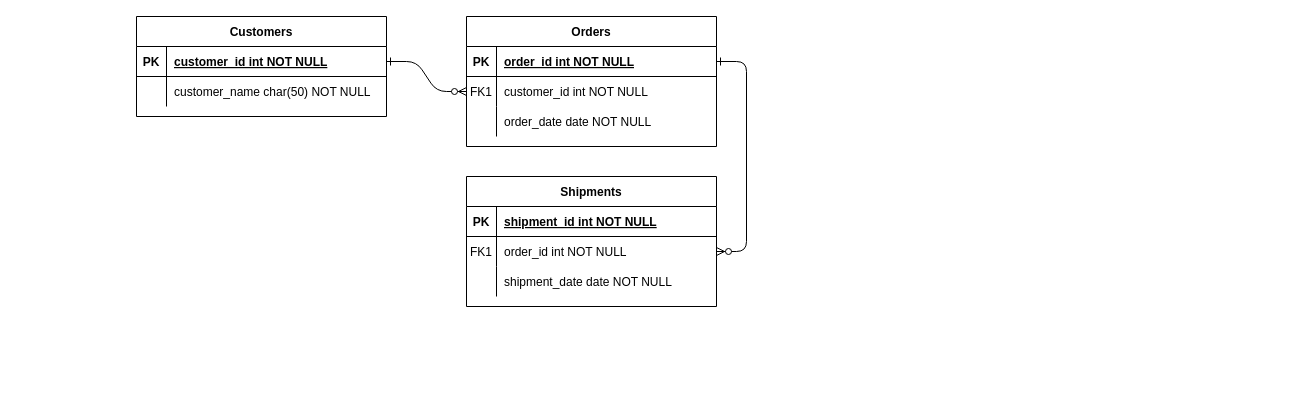
Before: lab_7.drawio in seanjedi/comp-163-database-design-class, a draw.io diagram. Source tidied: cells renumbered, new cells numbered last; positions are measured from the earlier drawing's top-left corner, leaving out a move shared by most shapes. Both pictures are drawn from the tidied source at 100%, with x=0, y=0 at pixel (136, 16).
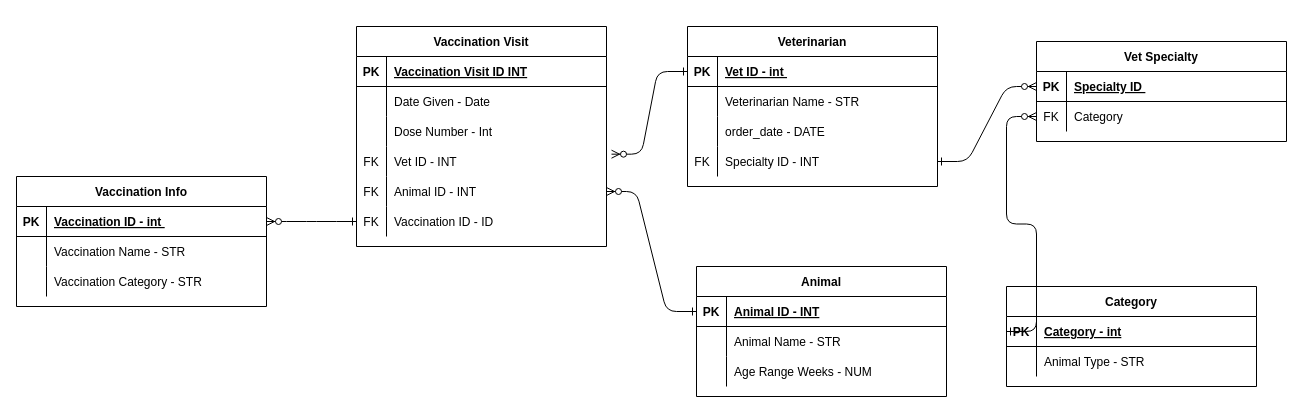
The same diagram, later.

Unchanged cells that the change refers to:
```xml
<mxCell id="5" style="shape=partialRectangle;fillColor=none;points=[[0,0.5],[1,0.5]];portConstraint=eastwest;top=0;left=0;right=0;bottom=1;" parent="4" vertex="1">
  <mxGeometry y="30" width="250" height="30" as="geometry" />
</mxCell>
<mxCell id="8" style="shape=partialRectangle;fillColor=none;points=[[0,0.5],[1,0.5]];portConstraint=eastwest;top=0;left=0;right=0;bottom=0;" parent="4" vertex="1">
  <mxGeometry y="60" width="250" height="30" as="geometry" />
</mxCell>
<mxCell id="11" style="shape=partialRectangle;fillColor=none;top=0;left=0;right=0;bottom=0;" parent="4" vertex="1">
  <mxGeometry y="90" width="250" height="30" as="geometry" />
</mxCell>
<mxCell id="25" style="shape=partialRectangle;fillColor=none;points=[[0,0.5],[1,0.5]];portConstraint=eastwest;top=0;left=0;right=0;bottom=1;" parent="24" vertex="1">
  <mxGeometry y="30" width="250" height="30" as="geometry" />
</mxCell>
<mxCell id="28" style="shape=partialRectangle;fillColor=none;top=0;left=0;right=0;bottom=0;" parent="24" vertex="1">
  <mxGeometry y="60" width="250" height="30" as="geometry" />
</mxCell>
```

Diff of the diagram source:
```diff
@@
-    <mxCell id="2" style="edgeStyle=entityRelationEdgeStyle;endArrow=ERzeroToMany;startArrow=ERone;endFill=1;startFill=0;" parent="1" edge="1" source="25" target="8">
-      <mxGeometry relative="1" as="geometry" />
-    </mxCell>
-    <mxCell id="3" style="edgeStyle=entityRelationEdgeStyle;endArrow=ERzeroToMany;startArrow=ERone;endFill=1;startFill=0;" parent="1" edge="1" source="5" target="18">
-      <mxGeometry relative="1" as="geometry" />
-    </mxCell>
-    <mxCell id="4" value="Orders" style="shape=table;startSize=30;childLayout=tableLayout;rowLines=0;fontStyle=1;align=center;" parent="1" vertex="1">
-      <mxGeometry x="330" width="250" height="130" as="geometry" />
+    <mxCell id="4" value="Veterinarian" style="shape=table;startSize=30;childLayout=tableLayout;rowLines=0;fontStyle=1;align=center;" parent="1" vertex="1">
+      <mxGeometry x="551" y="10" width="250" height="160" as="geometry" />
     </mxCell>
@@
-    <mxCell id="7" value="order_id int NOT NULL " style="shape=partialRectangle;overflow=hidden;fillColor=none;top=0;left=0;bottom=0;right=0;align=left;spacingLeft=6;fontStyle=5;" parent="5" vertex="1">
+    <mxCell id="7" value="Vet ID - int " style="shape=partialRectangle;overflow=hidden;fillColor=none;top=0;left=0;bottom=0;right=0;align=left;spacingLeft=6;fontStyle=5;" parent="5" vertex="1">
       <mxGeometry x="30" width="220" height="30" as="geometry" />
     </mxCell>
@@
-    <mxCell id="9" value="FK1" style="shape=partialRectangle;overflow=hidden;fillColor=none;top=0;left=0;bottom=0;right=0;" parent="8" vertex="1">
+    <mxCell id="9" style="shape=partialRectangle;overflow=hidden;fillColor=none;top=0;left=0;bottom=0;right=0;" parent="8" vertex="1">
       <mxGeometry width="30" height="30" as="geometry" />
     </mxCell>
-    <mxCell id="10" value="customer_id int NOT NULL" style="shape=partialRectangle;overflow=hidden;fillColor=none;top=0;left=0;bottom=0;right=0;align=left;spacingLeft=6;" parent="8" vertex="1">
+    <mxCell id="10" value="Veterinarian Name - STR " style="shape=partialRectangle;overflow=hidden;fillColor=none;top=0;left=0;bottom=0;right=0;align=left;spacingLeft=6;" parent="8" vertex="1">
       <mxGeometry x="30" width="220" height="30" as="geometry" />
     </mxCell>
@@
-    <mxCell id="13" value="order_date date NOT NULL" style="shape=partialRectangle;overflow=hidden;fillColor=none;top=0;left=0;bottom=0;right=0;align=left;spacingLeft=6;" parent="11" vertex="1">
+    <mxCell id="13" value="order_date - DATE " style="shape=partialRectangle;overflow=hidden;fillColor=none;top=0;left=0;bottom=0;right=0;align=left;spacingLeft=6;" parent="11" vertex="1">
       <mxGeometry x="30" width="220" height="30" as="geometry" />
     </mxCell>
-    <mxCell id="14" value="Shipments" style="shape=table;startSize=30;childLayout=tableLayout;rowLines=0;fontStyle=1;align=center;" parent="1" vertex="1">
-      <mxGeometry x="330" y="160" width="250" height="130" as="geometry" />
-    </mxCell>
-    <mxCell id="15" style="shape=partialRectangle;fillColor=none;top=0;left=0;right=0;bottom=1;" parent="14" vertex="1">
-      <mxGeometry y="30" width="250" height="30" as="geometry" />
-    </mxCell>
-    <mxCell id="16" value="PK" style="shape=partialRectangle;overflow=hidden;fillColor=none;top=0;left=0;bottom=0;right=0;fontStyle=1;" parent="15" vertex="1">
-      <mxGeometry width="30" height="30" as="geometry" />
-    </mxCell>
-    <mxCell id="17" value="shipment_id int NOT NULL " style="shape=partialRectangle;overflow=hidden;fillColor=none;top=0;left=0;bottom=0;right=0;align=left;spacingLeft=6;fontStyle=5;" parent="15" vertex="1">
-      <mxGeometry x="30" width="220" height="30" as="geometry" />
-    </mxCell>
-    <mxCell id="18" style="shape=partialRectangle;fillColor=none;points=[[0,0.5],[1,0.5]];portConstraint=eastwest;top=0;left=0;right=0;bottom=0;" parent="14" vertex="1">
-      <mxGeometry y="60" width="250" height="30" as="geometry" />
-    </mxCell>
-    <mxCell id="19" value="FK1" style="shape=partialRectangle;overflow=hidden;fillColor=none;top=0;left=0;bottom=0;right=0;" parent="18" vertex="1">
-      <mxGeometry width="30" height="30" as="geometry" />
-    </mxCell>
-    <mxCell id="20" value="order_id int NOT NULL" style="shape=partialRectangle;overflow=hidden;fillColor=none;top=0;left=0;bottom=0;right=0;align=left;spacingLeft=6;" parent="18" vertex="1">
-      <mxGeometry x="30" width="220" height="30" as="geometry" />
-    </mxCell>
-    <mxCell id="21" style="shape=partialRectangle;fillColor=none;top=0;left=0;right=0;bottom=0;" parent="14" vertex="1">
-      <mxGeometry y="90" width="250" height="30" as="geometry" />
-    </mxCell>
-    <mxCell id="22" style="shape=partialRectangle;overflow=hidden;fillColor=none;top=0;left=0;bottom=0;right=0;" parent="21" vertex="1">
-      <mxGeometry width="30" height="30" as="geometry" />
-    </mxCell>
-    <mxCell id="23" value="shipment_date date NOT NULL" style="shape=partialRectangle;overflow=hidden;fillColor=none;top=0;left=0;bottom=0;right=0;align=left;spacingLeft=6;" parent="21" vertex="1">
-      <mxGeometry x="30" width="220" height="30" as="geometry" />
-    </mxCell>
+    <mxCell id="31" style="shape=tableRow;horizontal=0;startSize=0;swimlaneHead=0;swimlaneBody=0;fillColor=none;points=[[0,0.5],[1,0.5]];portConstraint=eastwest;top=0;left=0;right=0;bottom=0;" parent="4" vertex="1">
+      <mxGeometry y="120" width="250" height="30" as="geometry" />
+    </mxCell>
+    <mxCell id="32" value="FK" style="shape=partialRectangle;fillColor=none;top=0;left=0;bottom=0;right=0;overflow=hidden;" parent="31" vertex="1">
+      <mxGeometry width="30" height="30" as="geometry" />
+    </mxCell>
+    <mxCell id="33" value="Specialty ID - INT" style="shape=partialRectangle;fillColor=none;top=0;left=0;bottom=0;right=0;align=left;spacingLeft=6;overflow=hidden;" parent="31" vertex="1">
+      <mxGeometry x="30" width="220" height="30" as="geometry" />
+    </mxCell>
-    <mxCell id="24" value="Customers" style="shape=table;startSize=30;childLayout=tableLayout;rowLines=0;fontStyle=1;align=center;" parent="1" vertex="1">
-      <mxGeometry width="250" height="100" as="geometry" />
+    <mxCell id="24" value="Vaccination Visit" style="shape=table;startSize=30;childLayout=tableLayout;rowLines=0;fontStyle=1;align=center;" parent="1" vertex="1">
+      <mxGeometry x="220" y="10" width="250" height="220" as="geometry" />
     </mxCell>
@@
-    <mxCell id="27" value="customer_id int NOT NULL " style="shape=partialRectangle;overflow=hidden;fillColor=none;top=0;left=0;bottom=0;right=0;align=left;spacingLeft=6;fontStyle=5;" parent="25" vertex="1">
+    <mxCell id="27" value="Vaccination Visit ID INT" style="shape=partialRectangle;overflow=hidden;fillColor=none;top=0;left=0;bottom=0;right=0;align=left;spacingLeft=6;fontStyle=5;" parent="25" vertex="1">
       <mxGeometry x="30" width="220" height="30" as="geometry" />
     </mxCell>
@@
-    <mxCell id="30" value="customer_name char(50) NOT NULL" style="shape=partialRectangle;overflow=hidden;fillColor=none;top=0;left=0;bottom=0;right=0;align=left;spacingLeft=6;" parent="28" vertex="1">
+    <mxCell id="30" value="Date Given - Date" style="shape=partialRectangle;overflow=hidden;fillColor=none;top=0;left=0;bottom=0;right=0;align=left;spacingLeft=6;" parent="28" vertex="1">
       <mxGeometry x="30" width="220" height="30" as="geometry" />
     </mxCell>
+    <mxCell id="34" style="shape=tableRow;horizontal=0;startSize=0;swimlaneHead=0;swimlaneBody=0;fillColor=none;top=0;left=0;right=0;bottom=0;" parent="24" vertex="1">
+      <mxGeometry y="90" width="250" height="30" as="geometry" />
+    </mxCell>
+    <mxCell id="35" style="shape=partialRectangle;fillColor=none;top=0;left=0;bottom=0;right=0;fontStyle=0;overflow=hidden;" parent="34" vertex="1">
+      <mxGeometry width="30" height="30" as="geometry" />
+    </mxCell>
+    <mxCell id="36" value="Dose Number - Int " style="shape=partialRectangle;fillColor=none;top=0;left=0;bottom=0;right=0;align=left;spacingLeft=6;fontStyle=0;overflow=hidden;" parent="34" vertex="1">
+      <mxGeometry x="30" width="220" height="30" as="geometry" />
+    </mxCell>
+    <mxCell id="37" style="shape=tableRow;horizontal=0;startSize=0;swimlaneHead=0;swimlaneBody=0;fillColor=none;points=[[0,0.5],[1,0.5]];portConstraint=eastwest;top=0;left=0;right=0;bottom=0;" parent="24" vertex="1">
+      <mxGeometry y="120" width="250" height="30" as="geometry" />
+    </mxCell>
+    <mxCell id="38" value="FK" style="shape=partialRectangle;fillColor=none;top=0;left=0;bottom=0;right=0;overflow=hidden;" parent="37" vertex="1">
+      <mxGeometry width="30" height="30" as="geometry" />
+    </mxCell>
+    <mxCell id="39" value="Vet ID - INT" style="shape=partialRectangle;fillColor=none;top=0;left=0;bottom=0;right=0;align=left;spacingLeft=6;overflow=hidden;" parent="37" vertex="1">
+      <mxGeometry x="30" width="220" height="30" as="geometry" />
+    </mxCell>
+    <mxCell id="40" style="shape=tableRow;horizontal=0;startSize=0;swimlaneHead=0;swimlaneBody=0;fillColor=none;points=[[0,0.5],[1,0.5]];portConstraint=eastwest;top=0;left=0;right=0;bottom=0;" parent="24" vertex="1">
+      <mxGeometry y="150" width="250" height="30" as="geometry" />
+    </mxCell>
+    <mxCell id="41" value="FK" style="shape=partialRectangle;fillColor=none;top=0;left=0;bottom=0;right=0;overflow=hidden;" parent="40" vertex="1">
+      <mxGeometry width="30" height="30" as="geometry" />
+    </mxCell>
+    <mxCell id="42" value="Animal ID - INT" style="shape=partialRectangle;fillColor=none;top=0;left=0;bottom=0;right=0;align=left;spacingLeft=6;overflow=hidden;" parent="40" vertex="1">
+      <mxGeometry x="30" width="220" height="30" as="geometry" />
+    </mxCell>
+    <mxCell id="43" style="shape=tableRow;horizontal=0;startSize=0;swimlaneHead=0;swimlaneBody=0;fillColor=none;points=[[0,0.5],[1,0.5]];portConstraint=eastwest;top=0;left=0;right=0;bottom=0;" parent="24" vertex="1">
+      <mxGeometry y="180" width="250" height="30" as="geometry" />
+    </mxCell>
+    <mxCell id="44" value="FK" style="shape=partialRectangle;fillColor=none;top=0;left=0;bottom=0;right=0;overflow=hidden;" parent="43" vertex="1">
+      <mxGeometry width="30" height="30" as="geometry" />
+    </mxCell>
+    <mxCell id="45" value="Vaccination ID - ID" style="shape=partialRectangle;fillColor=none;top=0;left=0;bottom=0;right=0;align=left;spacingLeft=6;overflow=hidden;" parent="43" vertex="1">
+      <mxGeometry x="30" width="220" height="30" as="geometry" />
+    </mxCell>
+    <mxCell id="46" value="Animal" style="shape=table;startSize=30;childLayout=tableLayout;rowLines=0;fontStyle=1;align=center;" parent="1" vertex="1">
+      <mxGeometry x="560" y="250" width="250" height="130" as="geometry" />
+    </mxCell>
+    <mxCell id="47" style="shape=partialRectangle;fillColor=none;points=[[0,0.5],[1,0.5]];portConstraint=eastwest;top=0;left=0;right=0;bottom=1;" parent="46" vertex="1">
+      <mxGeometry y="30" width="250" height="30" as="geometry" />
+    </mxCell>
+    <mxCell id="48" value="PK" style="shape=partialRectangle;overflow=hidden;fillColor=none;top=0;left=0;bottom=0;right=0;fontStyle=1;" parent="47" vertex="1">
+      <mxGeometry width="30" height="30" as="geometry" />
+    </mxCell>
+    <mxCell id="49" value="Animal ID - INT" style="shape=partialRectangle;overflow=hidden;fillColor=none;top=0;left=0;bottom=0;right=0;align=left;spacingLeft=6;fontStyle=5;" parent="47" vertex="1">
+      <mxGeometry x="30" width="220" height="30" as="geometry" />
+    </mxCell>
+    <mxCell id="50" style="shape=tableRow;horizontal=0;startSize=0;swimlaneHead=0;swimlaneBody=0;fillColor=none;top=0;left=0;right=0;bottom=0;" parent="46" vertex="1">
+      <mxGeometry y="60" width="250" height="30" as="geometry" />
+    </mxCell>
+    <mxCell id="51" style="shape=partialRectangle;fillColor=none;top=0;left=0;bottom=0;right=0;overflow=hidden;" parent="50" vertex="1">
+      <mxGeometry width="30" height="30" as="geometry" />
+    </mxCell>
+    <mxCell id="52" value="Animal Name - STR" style="shape=partialRectangle;fillColor=none;top=0;left=0;bottom=0;right=0;align=left;spacingLeft=6;overflow=hidden;" parent="50" vertex="1">
+      <mxGeometry x="30" width="220" height="30" as="geometry" />
+    </mxCell>
+    <mxCell id="53" style="shape=tableRow;horizontal=0;startSize=0;swimlaneHead=0;swimlaneBody=0;fillColor=none;top=0;left=0;right=0;bottom=0;" parent="46" vertex="1">
+      <mxGeometry y="90" width="250" height="30" as="geometry" />
+    </mxCell>
+    <mxCell id="54" style="shape=partialRectangle;fillColor=none;top=0;left=0;bottom=0;right=0;overflow=hidden;" parent="53" vertex="1">
+      <mxGeometry width="30" height="30" as="geometry" />
+    </mxCell>
+    <mxCell id="55" value="Age Range Weeks - NUM" style="shape=partialRectangle;fillColor=none;top=0;left=0;bottom=0;right=0;align=left;spacingLeft=6;overflow=hidden;" parent="53" vertex="1">
+      <mxGeometry x="30" width="220" height="30" as="geometry" />
+    </mxCell>
+    <mxCell id="56" style="edgeStyle=entityRelationEdgeStyle;endArrow=ERzeroToMany;startArrow=ERone;endFill=1;startFill=0;entryX=1;entryY=0.5;entryDx=0;entryDy=0;exitX=0;exitY=0.5;exitDx=0;exitDy=0;" parent="1" edge="1" source="47" target="40">
+      <mxGeometry relative="1" as="geometry" />
+    </mxCell>
+    <mxCell id="57" value="Vet Specialty" style="shape=table;startSize=30;childLayout=tableLayout;rowLines=0;fontStyle=1;align=center;" parent="1" vertex="1">
+      <mxGeometry x="900" y="25" width="250" height="100" as="geometry" />
+    </mxCell>
+    <mxCell id="58" style="shape=partialRectangle;fillColor=none;points=[[0,0.5],[1,0.5]];portConstraint=eastwest;top=0;left=0;right=0;bottom=1;" parent="57" vertex="1">
+      <mxGeometry y="30" width="250" height="30" as="geometry" />
+    </mxCell>
+    <mxCell id="59" value="PK" style="shape=partialRectangle;overflow=hidden;fillColor=none;top=0;left=0;bottom=0;right=0;fontStyle=1;" parent="58" vertex="1">
+      <mxGeometry width="30" height="30" as="geometry" />
+    </mxCell>
+    <mxCell id="60" value="Specialty ID " style="shape=partialRectangle;overflow=hidden;fillColor=none;top=0;left=0;bottom=0;right=0;align=left;spacingLeft=6;fontStyle=5;" parent="58" vertex="1">
+      <mxGeometry x="30" width="220" height="30" as="geometry" />
+    </mxCell>
+    <mxCell id="61" style="shape=tableRow;horizontal=0;startSize=0;swimlaneHead=0;swimlaneBody=0;fillColor=none;points=[[0,0.5],[1,0.5]];portConstraint=eastwest;top=0;left=0;right=0;bottom=0;" parent="57" vertex="1">
+      <mxGeometry y="60" width="250" height="30" as="geometry" />
+    </mxCell>
+    <mxCell id="62" value="FK" style="shape=partialRectangle;fillColor=none;top=0;left=0;bottom=0;right=0;overflow=hidden;" parent="61" vertex="1">
+      <mxGeometry width="30" height="30" as="geometry" />
+    </mxCell>
+    <mxCell id="63" value="Category" style="shape=partialRectangle;fillColor=none;top=0;left=0;bottom=0;right=0;align=left;spacingLeft=6;overflow=hidden;" parent="61" vertex="1">
+      <mxGeometry x="30" width="220" height="30" as="geometry" />
+    </mxCell>
+    <mxCell id="64" style="edgeStyle=entityRelationEdgeStyle;endArrow=ERzeroToMany;startArrow=ERone;endFill=1;startFill=0;exitX=1;exitY=0.5;exitDx=0;exitDy=0;entryX=0;entryY=0.5;entryDx=0;entryDy=0;" parent="1" edge="1" source="31" target="58">
+      <mxGeometry relative="1" as="geometry" />
+    </mxCell>
+    <mxCell id="65" value="Vaccination Info" style="shape=table;startSize=30;childLayout=tableLayout;rowLines=0;fontStyle=1;align=center;" parent="1" vertex="1">
+      <mxGeometry x="-120" y="160" width="250" height="130" as="geometry" />
+    </mxCell>
+    <mxCell id="66" style="shape=partialRectangle;fillColor=none;points=[[0,0.5],[1,0.5]];portConstraint=eastwest;top=0;left=0;right=0;bottom=1;" parent="65" vertex="1">
+      <mxGeometry y="30" width="250" height="30" as="geometry" />
+    </mxCell>
+    <mxCell id="67" value="PK" style="shape=partialRectangle;overflow=hidden;fillColor=none;top=0;left=0;bottom=0;right=0;fontStyle=1;" parent="66" vertex="1">
+      <mxGeometry width="30" height="30" as="geometry" />
+    </mxCell>
+    <mxCell id="68" value="Vaccination ID - int " style="shape=partialRectangle;overflow=hidden;fillColor=none;top=0;left=0;bottom=0;right=0;align=left;spacingLeft=6;fontStyle=5;" parent="66" vertex="1">
+      <mxGeometry x="30" width="220" height="30" as="geometry" />
+    </mxCell>
+    <mxCell id="18" style="shape=partialRectangle;fillColor=none;points=[[0,0.5],[1,0.5]];portConstraint=eastwest;top=0;left=0;right=0;bottom=0;" parent="65" vertex="1">
+      <mxGeometry y="60" width="250" height="30" as="geometry" />
+    </mxCell>
+    <mxCell id="69" style="shape=partialRectangle;overflow=hidden;fillColor=none;top=0;left=0;bottom=0;right=0;" parent="18" vertex="1">
+      <mxGeometry width="30" height="30" as="geometry" />
+    </mxCell>
+    <mxCell id="70" value="Vaccination Name - STR" style="shape=partialRectangle;overflow=hidden;fillColor=none;top=0;left=0;bottom=0;right=0;align=left;spacingLeft=6;" parent="18" vertex="1">
+      <mxGeometry x="30" width="220" height="30" as="geometry" />
+    </mxCell>
+    <mxCell id="21" style="shape=partialRectangle;fillColor=none;top=0;left=0;right=0;bottom=0;" parent="65" vertex="1">
+      <mxGeometry y="90" width="250" height="30" as="geometry" />
+    </mxCell>
+    <mxCell id="71" style="shape=partialRectangle;overflow=hidden;fillColor=none;top=0;left=0;bottom=0;right=0;" parent="21" vertex="1">
+      <mxGeometry width="30" height="30" as="geometry" />
+    </mxCell>
+    <mxCell id="72" value="Vaccination Category - STR" style="shape=partialRectangle;overflow=hidden;fillColor=none;top=0;left=0;bottom=0;right=0;align=left;spacingLeft=6;" parent="21" vertex="1">
+      <mxGeometry x="30" width="220" height="30" as="geometry" />
+    </mxCell>
+    <mxCell id="73" style="edgeStyle=entityRelationEdgeStyle;endArrow=ERzeroToMany;startArrow=ERone;endFill=1;startFill=0;exitX=0;exitY=0.5;exitDx=0;exitDy=0;entryX=1;entryY=0.5;entryDx=0;entryDy=0;" parent="1" edge="1" source="43" target="66">
+      <mxGeometry relative="1" as="geometry" />
+    </mxCell>
+    <mxCell id="74" value="Category" style="shape=table;startSize=30;childLayout=tableLayout;rowLines=0;fontStyle=1;align=center;" parent="1" vertex="1">
+      <mxGeometry x="870" y="270" width="250" height="100" as="geometry" />
+    </mxCell>
+    <mxCell id="75" style="shape=partialRectangle;fillColor=none;points=[[0,0.5],[1,0.5]];portConstraint=eastwest;top=0;left=0;right=0;bottom=1;" parent="74" vertex="1">
+      <mxGeometry y="30" width="250" height="30" as="geometry" />
+    </mxCell>
+    <mxCell id="76" value="PK" style="shape=partialRectangle;overflow=hidden;fillColor=none;top=0;left=0;bottom=0;right=0;fontStyle=1;" parent="75" vertex="1">
+      <mxGeometry width="30" height="30" as="geometry" />
+    </mxCell>
+    <mxCell id="77" value="Category - int" style="shape=partialRectangle;overflow=hidden;fillColor=none;top=0;left=0;bottom=0;right=0;align=left;spacingLeft=6;fontStyle=5;" parent="75" vertex="1">
+      <mxGeometry x="30" width="220" height="30" as="geometry" />
+    </mxCell>
+    <mxCell id="78" style="shape=tableRow;horizontal=0;startSize=0;swimlaneHead=0;swimlaneBody=0;fillColor=none;top=0;left=0;right=0;bottom=0;" parent="74" vertex="1">
+      <mxGeometry y="60" width="250" height="30" as="geometry" />
+    </mxCell>
+    <mxCell id="79" style="shape=partialRectangle;fillColor=none;top=0;left=0;bottom=0;right=0;overflow=hidden;" parent="78" vertex="1">
+      <mxGeometry width="30" height="30" as="geometry" />
+    </mxCell>
+    <mxCell id="80" value="Animal Type - STR" style="shape=partialRectangle;fillColor=none;top=0;left=0;bottom=0;right=0;align=left;spacingLeft=6;overflow=hidden;" parent="78" vertex="1">
+      <mxGeometry x="30" width="220" height="30" as="geometry" />
+    </mxCell>
+    <mxCell id="2" style="edgeStyle=entityRelationEdgeStyle;endArrow=ERzeroToMany;startArrow=ERone;endFill=1;startFill=0;exitX=0;exitY=0.5;exitDx=0;exitDy=0;entryX=1.02;entryY=0.256;entryDx=0;entryDy=0;entryPerimeter=0;" parent="1" edge="1" source="5" target="37">
+      <mxGeometry relative="1" as="geometry" />
+    </mxCell>
+    <mxCell id="81" style="edgeStyle=entityRelationEdgeStyle;endArrow=ERzeroToMany;startArrow=ERone;endFill=1;startFill=0;entryX=0;entryY=0.5;entryDx=0;entryDy=0;exitX=0;exitY=0.5;exitDx=0;exitDy=0;" parent="1" edge="1" source="75" target="61">
+      <mxGeometry relative="1" as="geometry" />
+    </mxCell>
```
